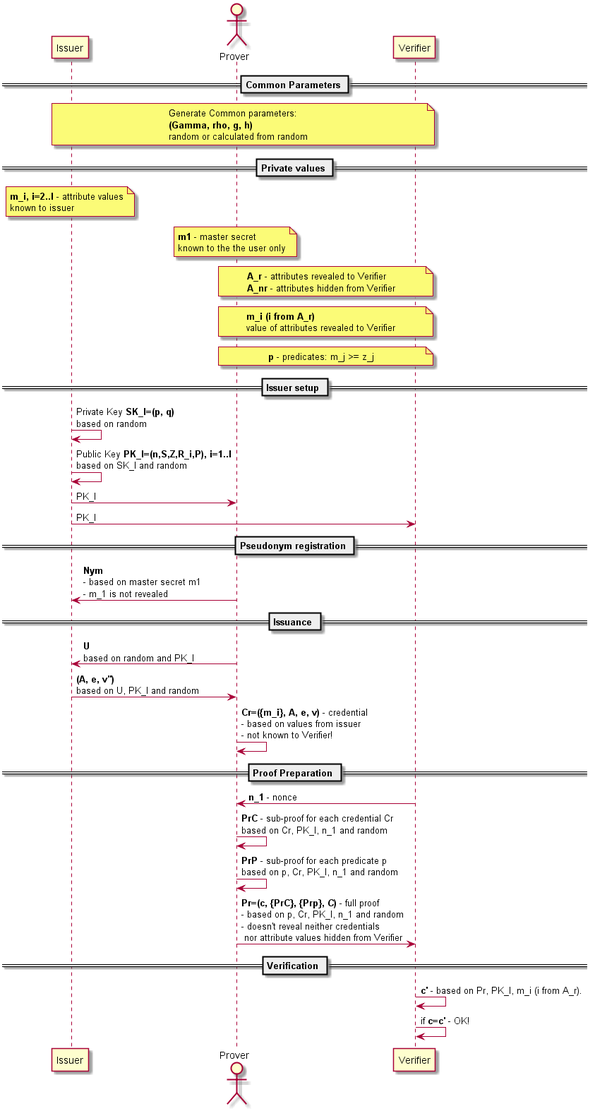
This is docs/diagrams/anoncred_seq.png from hyperledger-archives/indy-anoncreds, a PlantUML export, as it was before one commit. Its diagram source:
```plantuml
@startuml
participant "Issuer" as I
actor Prover as P
participant "Verifier" as V

== Common Parameters ==

note over I, V
    Generate Common parameters:
    **(Gamma, rho, g, h)**
    random or calculated from random
end note

note over I, V
end note

== Private values ==

note over I
    **m_i, i=2..l** - attribute values
    known to issuer
end note

note over P
    **m1** - master secret
    known to the the user only
end note

note over P,V
    **A_r** - attributes revealed to Verifier
    **A_nr** - attributes hidden from Verifier
end note

note over P,V
    **m_i (i from A_r)**
    value of attributes revealed to Verifier
end note

note over P,V
    **p** - predicates: m_j >= z_j
end note


== Issuer setup ==

I -> I: Private Key **SK_I=(p, q)**\nbased on random

I -> I: Public Key **PK_I=(n,S,Z,R_i,P), i=1..l**\nbased on SK_I and random

I -> P: PK_I

I -> V: PK_I

== Pseudonym registration ==

P -> I: **Nym**\n- based on master secret m1\n- m_1 is not revealed

== Issuance ==

P -> I: **U**\nbased on random and PK_I

I -> P: **(A, e, v'')**\nbased on U, PK_I and random

P -> P: **Cr=({m_i}, A, e, v)** - credential\n- based on values from issuer\n- not known to Verifier!

== Proof Preparation ==

V -> P: **n_1** - nonce

P -> P: **PrC** - sub-proof for each credential Cr\nbased on Cr, PK_I, n_1 and random

P -> P: **PrP** - sub-proof for each predicate p\nbased on p, Cr, PK_I, n_1 and random

P -> V: **Pr=(c, {PrC}, {Prp}, //C//)** - full proof\n- based on p, Cr, PK_I, n_1 and random\n- doesn't reveal neither credentials\n nor attribute values hidden from Verifier

== Verification ==

V -> V: **c'** - based on Pr, PK_I, m_i (i from A_r).

V -> V: if **c=c'** - OK!


@enduml
```
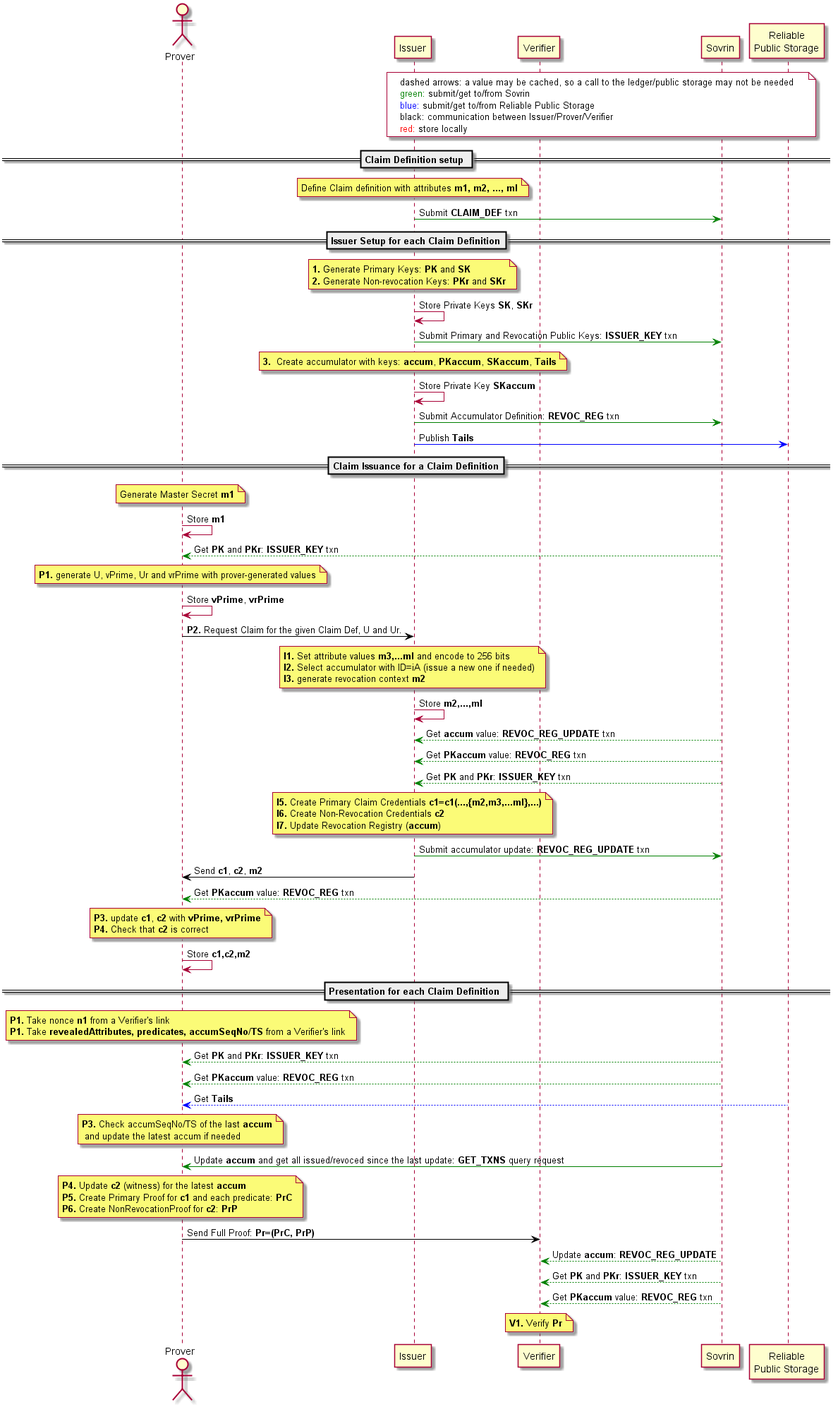
The same diagram one commit later.

Change to the diagram source:
```diff
@@ -1,83 +1,125 @@
 @startuml
+actor Prover as P
 participant "Issuer" as I
-actor Prover as P
 participant "Verifier" as V
+participant "Sovrin" as S
+participant "Reliable\nPublic Storage" as D
 
-== Common Parameters ==
+note over I, D #white
+    dashed arrows: a value may be cached, so a call to the ledger/public storage may not be needed
+    <font color=green>green:</font> submit/get to/from Sovrin
+    <font color=blue>blue:</font> submit/get to/from Reliable Public Storage
+    black: communication between Issuer/Prover/Verifier
+    <font color=red>red:</font> store locally
+endnote
 
-note over I, V
-    Generate Common parameters:
-    **(Gamma, rho, g, h)**
-    random or calculated from random
+== Claim Definition setup ==
+
+note over I: Define Claim definition with attributes **m1, m2, ..., ml**
+
+I -[#green]> S: Submit **CLAIM_DEF** txn
+
+== Issuer Setup for each Claim Definition==
+
+note over I: **1.** Generate Primary Keys: **PK** and **SK**\n**2.** Generate Non-revocation Keys: **PKr** and **SKr**
+
+I -> I: Store Private Keys **SK**, **SKr**
+
+I -[#green]> S: Submit Primary and Revocation Public Keys: **ISSUER_KEY** txn
+
+
+note over I:**3.**  Create accumulator with keys: **accum**, **PKaccum**, **SKaccum**, **Tails**
+
+I -> I: Store Private Key **SKaccum**
+
+I -[#green]> S: Submit Accumulator Definition: **REVOC_REG** txn
+
+I -[#blue]> D: Publish **Tails**
+
+
+== Claim Issuance for a Claim Definition==
+
+
+note over P: Generate Master Secret **m1**
+
+P -> P: Store **m1**
+
+S -[#green]-> P: Get **PK** and **PKr**: **ISSUER_KEY** txn
+
+note over P: **P1.** generate U, vPrime, Ur and vrPrime with prover-generated values
+
+P -> P: Store **vPrime**, **vrPrime**
+
+P -[#black]> I: **P2.** Request Claim for the given Claim Def, U and Ur.
+
+note over I
+    **I1.** Set attribute values **m3,...ml** and encode to 256 bits
+    **I2.** Select accumulator with ID=iA (issue a new one if needed)
+    **I3.** generate revocation context **m2**
 end note
 
-note over I, V
+I -> I: Store **m2,...,ml**
+
+S -[#green]-> I: Get **accum** value: **REVOC_REG_UPDATE** txn
+
+S -[#green]-> I: Get **PKaccum** value: **REVOC_REG** txn
+
+S -[#green]-> I: Get **PK** and **PKr**: **ISSUER_KEY** txn
+
+
+note over I
+    **I5.** Create Primary Claim Credentials **c1=c1(...,{m2,m3,...ml},...)**
+    **I6.** Create Non-Revocation Credentials **c2**
+    **I7.** Update Revocation Registry (**accum**)
 end note
 
-== Private values ==
+I -[#green]> S: Submit accumulator update: **REVOC_REG_UPDATE** txn
 
-note over I
-    **m_i, i=2..l** - attribute values
-    known to issuer
+I -[#black]> P: Send **c1**, **c2**, **m2**
+
+S -[#green]-> P: Get **PKaccum** value: **REVOC_REG** txn
+
+note over P
+    **P3.** update **c1**, **c2** with **vPrime, vrPrime**
+    **P4.** Check that **c2** is correct
 end note
 
+P -> P: Store **c1,c2,m2**
+
+
+== Presentation for each Claim Definition ==
+
 note over P
-    **m1** - master secret
-    known to the the user only
+    **P1.** Take nonce **n1** from a Verifier's link
+    **P1.** Take **revealedAttributes, predicates, accumSeqNo/TS** from a Verifier's link
 end note
 
-note over P,V
-    **A_r** - attributes revealed to Verifier
-    **A_nr** - attributes hidden from Verifier
+S -[#green]-> P: Get **PK** and **PKr**: **ISSUER_KEY** txn
+
+S -[#green]-> P: Get **PKaccum** value: **REVOC_REG** txn
+
+D -[#blue]-> P: Get **Tails**
+
+note over P: **P3.** Check accumSeqNo/TS of the last **accum**\n and update the latest accum if needed
+
+S -[#green]> P: Update **accum** and get all issued/revoced since the last update: **GET_TXNS** query request
+
+note over P
+    **P4.** Update **c2** (witness) for the latest **accum**
+    **P5.** Create Primary Proof for **c1** and each predicate: **PrC**
+    **P6.** Create NonRevocationProof for **c2**: **PrP**
 end note
 
-note over P,V
-    **m_i (i from A_r)**
-    value of attributes revealed to Verifier
-end note
+P -[#black]> V: Send Full Proof: **Pr=(PrC, PrP)**
 
-note over P,V
-    **p** - predicates: m_j >= z_j
-end note
+S -[#green]-> V: Update **accum**: **REVOC_REG_UPDATE**
 
+S -[#green]-> V: Get **PK** and **PKr**: **ISSUER_KEY** txn
 
-== Issuer setup ==
+S -[#green]-> V: Get **PKaccum** value: **REVOC_REG** txn
 
-I -> I: Private Key **SK_I=(p, q)**\nbased on random
+note over V: **V1.** Verify **Pr**
 
-I -> I: Public Key **PK_I=(n,S,Z,R_i,P), i=1..l**\nbased on SK_I and random
-
-I -> P: PK_I
-
-I -> V: PK_I
-
-== Pseudonym registration ==
-
-P -> I: **Nym**\n- based on master secret m1\n- m_1 is not revealed
-
-== Issuance ==
-
-P -> I: **U**\nbased on random and PK_I
-
-I -> P: **(A, e, v'')**\nbased on U, PK_I and random
-
-P -> P: **Cr=({m_i}, A, e, v)** - credential\n- based on values from issuer\n- not known to Verifier!
-
-== Proof Preparation ==
-
-V -> P: **n_1** - nonce
-
-P -> P: **PrC** - sub-proof for each credential Cr\nbased on Cr, PK_I, n_1 and random
-
-P -> P: **PrP** - sub-proof for each predicate p\nbased on p, Cr, PK_I, n_1 and random
-
-P -> V: **Pr=(c, {PrC}, {Prp}, //C//)** - full proof\n- based on p, Cr, PK_I, n_1 and random\n- doesn't reveal neither credentials\n nor attribute values hidden from Verifier
-
-== Verification ==
-
-V -> V: **c'** - based on Pr, PK_I, m_i (i from A_r).
-
-V -> V: if **c=c'** - OK!
 
 
 @enduml
```
